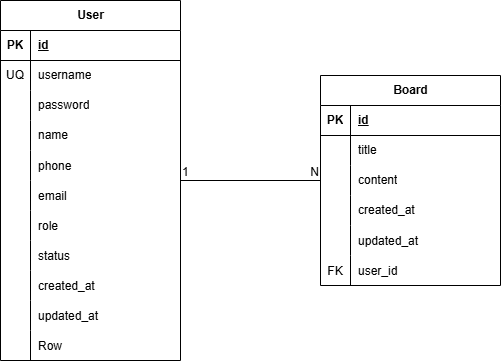
haechan419/Java_Mini_Project keeps this draw.io diagram as image/javaMiniProjectDB.drawio.png. Above is the earlier version. Source tidied: cells renumbered, new cells last; positions are measured from the earlier drawing's top-left corner, leaving out a move shared by most shapes.
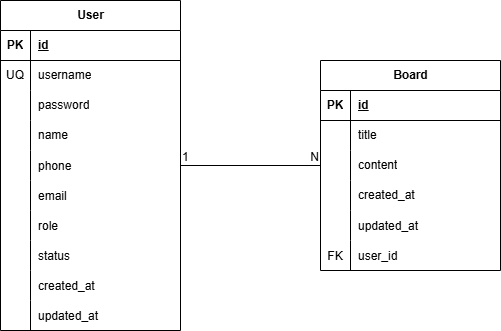
After the commit.

The edit, as a diff of the source:
```diff
@@ -3,162 +3,153 @@
     <mxCell id="0" />
     <mxCell id="1" parent="0" />
     <mxCell id="2" value="User" style="shape=table;startSize=30;rowLines=0;fontStyle=1;align=center;html=1;" parent="1" vertex="1">
-      <mxGeometry width="180" height="360" as="geometry" />
+      <mxGeometry x="-30" y="-115" width="180" height="330" as="geometry" />
     </mxCell>
-    <mxCell id="3" style="shape=tableRow;horizontal=0;startSize=0;swimlaneHead=0;swimlaneBody=0;fillColor=none;top=0;left=0;right=0;bottom=1;" parent="2" vertex="1">
-      <mxGeometry y="30" width="180" height="30" as="geometry" />
-    </mxCell>
-    <mxCell id="4" value="PK" style="shape=partialRectangle;fillColor=none;top=0;left=0;bottom=0;right=0;fontStyle=1;overflow=hidden;whiteSpace=wrap;html=1;" parent="3" vertex="1">
-      <mxGeometry width="30" height="30" as="geometry" />
-    </mxCell>
-    <mxCell id="5" value="id" style="shape=partialRectangle;fillColor=none;top=0;left=0;bottom=0;right=0;align=left;spacingLeft=6;fontStyle=5;overflow=hidden;whiteSpace=wrap;html=1;" parent="3" vertex="1">
-      <mxGeometry x="30" width="150" height="30" as="geometry" />
-    </mxCell>
-    <mxCell id="6" style="shape=tableRow;horizontal=0;startSize=0;swimlaneHead=0;swimlaneBody=0;fillColor=none;top=0;left=0;right=0;bottom=0;" parent="2" vertex="1">
-      <mxGeometry y="60" width="180" height="30" as="geometry" />
-    </mxCell>
+    <mxCell id="58" style="shape=tableRow;horizontal=0;startSize=0;swimlaneHead=0;swimlaneBody=0;fillColor=none;top=0;left=0;right=0;bottom=1;" parent="2" vertex="1">
+      <mxGeometry y="30" width="180" height="30" as="geometry" />
+    </mxCell>
+    <mxCell id="59" value="PK" style="shape=partialRectangle;fillColor=none;top=0;left=0;bottom=0;right=0;fontStyle=1;overflow=hidden;whiteSpace=wrap;html=1;" parent="58" vertex="1">
+      <mxGeometry width="30" height="30" as="geometry" />
+    </mxCell>
+    <mxCell id="60" value="id" style="shape=partialRectangle;fillColor=none;top=0;left=0;bottom=0;right=0;align=left;spacingLeft=6;fontStyle=5;overflow=hidden;whiteSpace=wrap;html=1;" parent="58" vertex="1">
+      <mxGeometry x="30" width="150" height="30" as="geometry" />
+    </mxCell>
+    <mxCell id="61" style="shape=tableRow;horizontal=0;startSize=0;swimlaneHead=0;swimlaneBody=0;fillColor=none;top=0;left=0;right=0;bottom=0;" parent="2" vertex="1">
+      <mxGeometry y="60" width="180" height="30" as="geometry" />
+    </mxCell>
-    <mxCell id="7" value="UQ" style="shape=partialRectangle;fillColor=none;top=0;left=0;bottom=0;right=0;overflow=hidden;whiteSpace=wrap;html=1;" parent="6" vertex="1">
+    <mxCell id="7" value="UQ" style="shape=partialRectangle;fillColor=none;top=0;left=0;bottom=0;right=0;overflow=hidden;whiteSpace=wrap;html=1;" parent="61" vertex="1">
       <mxGeometry width="30" height="30" as="geometry" />
     </mxCell>
-    <mxCell id="8" value="username" style="shape=partialRectangle;fillColor=none;top=0;left=0;bottom=0;right=0;align=left;spacingLeft=6;overflow=hidden;whiteSpace=wrap;html=1;" parent="6" vertex="1">
+    <mxCell id="8" value="username" style="shape=partialRectangle;fillColor=none;top=0;left=0;bottom=0;right=0;align=left;spacingLeft=6;overflow=hidden;whiteSpace=wrap;html=1;" parent="61" vertex="1">
       <mxGeometry x="30" width="150" height="30" as="geometry" />
     </mxCell>
-    <mxCell id="9" style="shape=tableRow;horizontal=0;startSize=0;swimlaneHead=0;swimlaneBody=0;fillColor=none;top=0;left=0;right=0;bottom=0;" parent="2" vertex="1">
-      <mxGeometry y="90" width="180" height="30" as="geometry" />
-    </mxCell>
-    <mxCell id="10" style="shape=partialRectangle;fillColor=none;top=0;left=0;bottom=0;right=0;overflow=hidden;whiteSpace=wrap;html=1;" parent="9" vertex="1">
-      <mxGeometry width="30" height="30" as="geometry" />
-    </mxCell>
+    <mxCell id="62" style="shape=tableRow;horizontal=0;startSize=0;swimlaneHead=0;swimlaneBody=0;fillColor=none;top=0;left=0;right=0;bottom=0;" parent="2" vertex="1">
+      <mxGeometry y="90" width="180" height="30" as="geometry" />
+    </mxCell>
+    <mxCell id="63" style="shape=partialRectangle;fillColor=none;top=0;left=0;bottom=0;right=0;overflow=hidden;whiteSpace=wrap;html=1;" parent="62" vertex="1">
+      <mxGeometry width="30" height="30" as="geometry" />
+    </mxCell>
-    <mxCell id="11" value="password" style="shape=partialRectangle;fillColor=none;top=0;left=0;bottom=0;right=0;align=left;spacingLeft=6;overflow=hidden;whiteSpace=wrap;html=1;" parent="9" vertex="1">
+    <mxCell id="11" value="password" style="shape=partialRectangle;fillColor=none;top=0;left=0;bottom=0;right=0;align=left;spacingLeft=6;overflow=hidden;whiteSpace=wrap;html=1;" parent="62" vertex="1">
       <mxGeometry x="30" width="150" height="30" as="geometry" />
     </mxCell>
-    <mxCell id="12" style="shape=tableRow;horizontal=0;startSize=0;swimlaneHead=0;swimlaneBody=0;fillColor=none;top=0;left=0;right=0;bottom=0;" parent="2" vertex="1">
-      <mxGeometry y="120" width="180" height="30" as="geometry" />
-    </mxCell>
-    <mxCell id="13" style="shape=partialRectangle;fillColor=none;top=0;left=0;bottom=0;right=0;overflow=hidden;whiteSpace=wrap;html=1;" parent="12" vertex="1">
-      <mxGeometry width="30" height="30" as="geometry" />
-    </mxCell>
+    <mxCell id="64" style="shape=tableRow;horizontal=0;startSize=0;swimlaneHead=0;swimlaneBody=0;fillColor=none;top=0;left=0;right=0;bottom=0;" parent="2" vertex="1">
+      <mxGeometry y="120" width="180" height="30" as="geometry" />
+    </mxCell>
+    <mxCell id="65" style="shape=partialRectangle;fillColor=none;top=0;left=0;bottom=0;right=0;overflow=hidden;whiteSpace=wrap;html=1;" parent="64" vertex="1">
+      <mxGeometry width="30" height="30" as="geometry" />
+    </mxCell>
-    <mxCell id="14" value="name" style="shape=partialRectangle;fillColor=none;top=0;left=0;bottom=0;right=0;align=left;spacingLeft=6;overflow=hidden;whiteSpace=wrap;html=1;" parent="12" vertex="1">
+    <mxCell id="14" value="name" style="shape=partialRectangle;fillColor=none;top=0;left=0;bottom=0;right=0;align=left;spacingLeft=6;overflow=hidden;whiteSpace=wrap;html=1;" parent="64" vertex="1">
       <mxGeometry x="30" width="150" height="30" as="geometry" />
     </mxCell>
-    <mxCell id="15" style="shape=tableRow;horizontal=0;startSize=0;swimlaneHead=0;swimlaneBody=0;fillColor=none;top=0;left=0;right=0;bottom=0;" parent="2" vertex="1">
-      <mxGeometry y="150" width="180" height="30" as="geometry" />
-    </mxCell>
-    <mxCell id="16" style="shape=partialRectangle;fillColor=none;top=0;left=0;bottom=0;right=0;overflow=hidden;" parent="15" vertex="1">
-      <mxGeometry width="30" height="30" as="geometry" />
-    </mxCell>
+    <mxCell id="66" style="shape=tableRow;horizontal=0;startSize=0;swimlaneHead=0;swimlaneBody=0;fillColor=none;top=0;left=0;right=0;bottom=0;" parent="2" vertex="1">
+      <mxGeometry y="150" width="180" height="30" as="geometry" />
+    </mxCell>
+    <mxCell id="67" style="shape=partialRectangle;fillColor=none;top=0;left=0;bottom=0;right=0;overflow=hidden;" parent="66" vertex="1">
+      <mxGeometry width="30" height="30" as="geometry" />
+    </mxCell>
-    <mxCell id="17" value="phone" style="shape=partialRectangle;fillColor=none;top=0;left=0;bottom=0;right=0;align=left;spacingLeft=6;overflow=hidden;" parent="15" vertex="1">
+    <mxCell id="17" value="phone" style="shape=partialRectangle;fillColor=none;top=0;left=0;bottom=0;right=0;align=left;spacingLeft=6;overflow=hidden;" parent="66" vertex="1">
       <mxGeometry x="30" width="150" height="30" as="geometry" />
     </mxCell>
-    <mxCell id="18" style="shape=tableRow;horizontal=0;startSize=0;swimlaneHead=0;swimlaneBody=0;fillColor=none;top=0;left=0;right=0;bottom=0;" parent="2" vertex="1">
-      <mxGeometry y="180" width="180" height="30" as="geometry" />
-    </mxCell>
-    <mxCell id="19" style="shape=partialRectangle;fillColor=none;top=0;left=0;bottom=0;right=0;overflow=hidden;" parent="18" vertex="1">
-      <mxGeometry width="30" height="30" as="geometry" />
-    </mxCell>
+    <mxCell id="68" style="shape=tableRow;horizontal=0;startSize=0;swimlaneHead=0;swimlaneBody=0;fillColor=none;top=0;left=0;right=0;bottom=0;" parent="2" vertex="1">
+      <mxGeometry y="180" width="180" height="30" as="geometry" />
+    </mxCell>
+    <mxCell id="69" style="shape=partialRectangle;fillColor=none;top=0;left=0;bottom=0;right=0;overflow=hidden;" parent="68" vertex="1">
+      <mxGeometry width="30" height="30" as="geometry" />
+    </mxCell>
-    <mxCell id="20" value="email" style="shape=partialRectangle;fillColor=none;top=0;left=0;bottom=0;right=0;align=left;spacingLeft=6;overflow=hidden;" parent="18" vertex="1">
+    <mxCell id="20" value="email" style="shape=partialRectangle;fillColor=none;top=0;left=0;bottom=0;right=0;align=left;spacingLeft=6;overflow=hidden;" parent="68" vertex="1">
       <mxGeometry x="30" width="150" height="30" as="geometry" />
     </mxCell>
     <mxCell id="21" style="shape=tableRow;horizontal=0;startSize=0;swimlaneHead=0;swimlaneBody=0;fillColor=none;top=0;left=0;right=0;bottom=0;" parent="2" vertex="1">
       <mxGeometry y="210" width="180" height="30" as="geometry" />
     </mxCell>
-    <mxCell id="22" style="shape=partialRectangle;fillColor=none;top=0;left=0;bottom=0;right=0;overflow=hidden;" parent="21" vertex="1">
-      <mxGeometry width="30" height="30" as="geometry" />
-    </mxCell>
+    <mxCell id="70" style="shape=partialRectangle;fillColor=none;top=0;left=0;bottom=0;right=0;overflow=hidden;" parent="21" vertex="1">
+      <mxGeometry width="30" height="30" as="geometry" />
+    </mxCell>
     <mxCell id="23" value="role" style="shape=partialRectangle;fillColor=none;top=0;left=0;bottom=0;right=0;align=left;spacingLeft=6;overflow=hidden;" parent="21" vertex="1">
       <mxGeometry x="30" width="150" height="30" as="geometry" />
     </mxCell>
     <mxCell id="24" style="shape=tableRow;horizontal=0;startSize=0;swimlaneHead=0;swimlaneBody=0;fillColor=none;top=0;left=0;right=0;bottom=0;" parent="2" vertex="1">
       <mxGeometry y="240" width="180" height="30" as="geometry" />
     </mxCell>
-    <mxCell id="25" style="shape=partialRectangle;fillColor=none;top=0;left=0;bottom=0;right=0;overflow=hidden;" parent="24" vertex="1">
-      <mxGeometry width="30" height="30" as="geometry" />
-    </mxCell>
+    <mxCell id="71" style="shape=partialRectangle;fillColor=none;top=0;left=0;bottom=0;right=0;overflow=hidden;" parent="24" vertex="1">
+      <mxGeometry width="30" height="30" as="geometry" />
+    </mxCell>
     <mxCell id="26" value="status" style="shape=partialRectangle;fillColor=none;top=0;left=0;bottom=0;right=0;align=left;spacingLeft=6;overflow=hidden;" parent="24" vertex="1">
       <mxGeometry x="30" width="150" height="30" as="geometry" />
     </mxCell>
     <mxCell id="27" style="shape=tableRow;horizontal=0;startSize=0;swimlaneHead=0;swimlaneBody=0;fillColor=none;top=0;left=0;right=0;bottom=0;" parent="2" vertex="1">
       <mxGeometry y="270" width="180" height="30" as="geometry" />
     </mxCell>
-    <mxCell id="28" style="shape=partialRectangle;fillColor=none;top=0;left=0;bottom=0;right=0;overflow=hidden;" parent="27" vertex="1">
-      <mxGeometry width="30" height="30" as="geometry" />
-    </mxCell>
+    <mxCell id="72" style="shape=partialRectangle;fillColor=none;top=0;left=0;bottom=0;right=0;overflow=hidden;" parent="27" vertex="1">
+      <mxGeometry width="30" height="30" as="geometry" />
+    </mxCell>
     <mxCell id="29" value="created_at" style="shape=partialRectangle;fillColor=none;top=0;left=0;bottom=0;right=0;align=left;spacingLeft=6;overflow=hidden;" parent="27" vertex="1">
       <mxGeometry x="30" width="150" height="30" as="geometry" />
     </mxCell>
     <mxCell id="30" style="shape=tableRow;horizontal=0;startSize=0;swimlaneHead=0;swimlaneBody=0;fillColor=none;top=0;left=0;right=0;bottom=0;" parent="2" vertex="1">
       <mxGeometry y="300" width="180" height="30" as="geometry" />
     </mxCell>
-    <mxCell id="31" style="shape=partialRectangle;fillColor=none;top=0;left=0;bottom=0;right=0;overflow=hidden;" parent="30" vertex="1">
-      <mxGeometry width="30" height="30" as="geometry" />
-    </mxCell>
-    <mxCell id="32" value="updated_at" style="shape=partialRectangle;fillColor=none;top=0;left=0;bottom=0;right=0;align=left;spacingLeft=6;overflow=hidden;" parent="30" vertex="1">
-      <mxGeometry x="30" width="150" height="30" as="geometry" />
-    </mxCell>
-    <mxCell id="33" style="shape=tableRow;horizontal=0;startSize=0;swimlaneHead=0;swimlaneBody=0;fillColor=none;top=0;left=0;right=0;bottom=0;" parent="2" vertex="1">
-      <mxGeometry y="330" width="180" height="30" as="geometry" />
-    </mxCell>
-    <mxCell id="34" style="shape=partialRectangle;fillColor=none;top=0;left=0;bottom=0;right=0;overflow=hidden;" parent="33" vertex="1">
-      <mxGeometry width="30" height="30" as="geometry" />
-    </mxCell>
-    <mxCell id="35" value="Row" style="shape=partialRectangle;fillColor=none;top=0;left=0;bottom=0;right=0;align=left;spacingLeft=6;overflow=hidden;" parent="33" vertex="1">
-      <mxGeometry x="30" width="150" height="30" as="geometry" />
-    </mxCell>
+    <mxCell id="73" style="shape=partialRectangle;fillColor=none;top=0;left=0;bottom=0;right=0;overflow=hidden;" parent="30" vertex="1">
+      <mxGeometry width="30" height="30" as="geometry" />
+    </mxCell>
+    <mxCell id="74" value="updated_at" style="shape=partialRectangle;fillColor=none;top=0;left=0;bottom=0;right=0;align=left;spacingLeft=6;overflow=hidden;" parent="30" vertex="1">
+      <mxGeometry x="30" width="150" height="30" as="geometry" />
+    </mxCell>
     <mxCell id="36" value="Board" style="shape=table;startSize=30;rowLines=0;fontStyle=1;align=center;html=1;" parent="1" vertex="1">
-      <mxGeometry x="320" y="75" width="180" height="210" as="geometry" />
+      <mxGeometry x="290" y="-55" width="180" height="210" as="geometry" />
     </mxCell>
-    <mxCell id="37" style="shape=tableRow;horizontal=0;startSize=0;swimlaneHead=0;swimlaneBody=0;fillColor=none;top=0;left=0;right=0;bottom=1;" parent="36" vertex="1">
-      <mxGeometry y="30" width="180" height="30" as="geometry" />
-    </mxCell>
-    <mxCell id="38" value="PK" style="shape=partialRectangle;fillColor=none;top=0;left=0;bottom=0;right=0;fontStyle=1;overflow=hidden;whiteSpace=wrap;html=1;" parent="37" vertex="1">
-      <mxGeometry width="30" height="30" as="geometry" />
-    </mxCell>
-    <mxCell id="39" value="id" style="shape=partialRectangle;fillColor=none;top=0;left=0;bottom=0;right=0;align=left;spacingLeft=6;fontStyle=5;overflow=hidden;whiteSpace=wrap;html=1;" parent="37" vertex="1">
-      <mxGeometry x="30" width="150" height="30" as="geometry" />
-    </mxCell>
-    <mxCell id="40" style="shape=tableRow;horizontal=0;startSize=0;swimlaneHead=0;swimlaneBody=0;fillColor=none;top=0;left=0;right=0;bottom=0;" parent="36" vertex="1">
-      <mxGeometry y="60" width="180" height="30" as="geometry" />
-    </mxCell>
-    <mxCell id="41" style="shape=partialRectangle;fillColor=none;top=0;left=0;bottom=0;right=0;overflow=hidden;whiteSpace=wrap;html=1;" parent="40" vertex="1">
-      <mxGeometry width="30" height="30" as="geometry" />
-    </mxCell>
+    <mxCell id="75" style="shape=tableRow;horizontal=0;startSize=0;swimlaneHead=0;swimlaneBody=0;fillColor=none;top=0;left=0;right=0;bottom=1;" parent="36" vertex="1">
+      <mxGeometry y="30" width="180" height="30" as="geometry" />
+    </mxCell>
+    <mxCell id="76" value="PK" style="shape=partialRectangle;fillColor=none;top=0;left=0;bottom=0;right=0;fontStyle=1;overflow=hidden;whiteSpace=wrap;html=1;" parent="75" vertex="1">
+      <mxGeometry width="30" height="30" as="geometry" />
+    </mxCell>
+    <mxCell id="77" value="id" style="shape=partialRectangle;fillColor=none;top=0;left=0;bottom=0;right=0;align=left;spacingLeft=6;fontStyle=5;overflow=hidden;whiteSpace=wrap;html=1;" parent="75" vertex="1">
+      <mxGeometry x="30" width="150" height="30" as="geometry" />
+    </mxCell>
+    <mxCell id="78" style="shape=tableRow;horizontal=0;startSize=0;swimlaneHead=0;swimlaneBody=0;fillColor=none;top=0;left=0;right=0;bottom=0;" parent="36" vertex="1">
+      <mxGeometry y="60" width="180" height="30" as="geometry" />
+    </mxCell>
+    <mxCell id="79" style="shape=partialRectangle;fillColor=none;top=0;left=0;bottom=0;right=0;overflow=hidden;whiteSpace=wrap;html=1;" parent="78" vertex="1">
+      <mxGeometry width="30" height="30" as="geometry" />
+    </mxCell>
-    <mxCell id="42" value="title" style="shape=partialRectangle;fillColor=none;top=0;left=0;bottom=0;right=0;align=left;spacingLeft=6;overflow=hidden;whiteSpace=wrap;html=1;" parent="40" vertex="1">
+    <mxCell id="42" value="title" style="shape=partialRectangle;fillColor=none;top=0;left=0;bottom=0;right=0;align=left;spacingLeft=6;overflow=hidden;whiteSpace=wrap;html=1;" parent="78" vertex="1">
       <mxGeometry x="30" width="150" height="30" as="geometry" />
     </mxCell>
-    <mxCell id="43" style="shape=tableRow;horizontal=0;startSize=0;swimlaneHead=0;swimlaneBody=0;fillColor=none;top=0;left=0;right=0;bottom=0;" parent="36" vertex="1">
-      <mxGeometry y="90" width="180" height="30" as="geometry" />
-    </mxCell>
-    <mxCell id="44" style="shape=partialRectangle;fillColor=none;top=0;left=0;bottom=0;right=0;overflow=hidden;whiteSpace=wrap;html=1;" parent="43" vertex="1">
-      <mxGeometry width="30" height="30" as="geometry" />
-    </mxCell>
+    <mxCell id="80" style="shape=tableRow;horizontal=0;startSize=0;swimlaneHead=0;swimlaneBody=0;fillColor=none;top=0;left=0;right=0;bottom=0;" parent="36" vertex="1">
+      <mxGeometry y="90" width="180" height="30" as="geometry" />
+    </mxCell>
+    <mxCell id="81" style="shape=partialRectangle;fillColor=none;top=0;left=0;bottom=0;right=0;overflow=hidden;whiteSpace=wrap;html=1;" parent="80" vertex="1">
+      <mxGeometry width="30" height="30" as="geometry" />
+    </mxCell>
-    <mxCell id="45" value="content" style="shape=partialRectangle;fillColor=none;top=0;left=0;bottom=0;right=0;align=left;spacingLeft=6;overflow=hidden;whiteSpace=wrap;html=1;" parent="43" vertex="1">
+    <mxCell id="45" value="content" style="shape=partialRectangle;fillColor=none;top=0;left=0;bottom=0;right=0;align=left;spacingLeft=6;overflow=hidden;whiteSpace=wrap;html=1;" parent="80" vertex="1">
       <mxGeometry x="30" width="150" height="30" as="geometry" />
     </mxCell>
-    <mxCell id="46" style="shape=tableRow;horizontal=0;startSize=0;swimlaneHead=0;swimlaneBody=0;fillColor=none;top=0;left=0;right=0;bottom=0;" parent="36" vertex="1">
-      <mxGeometry y="120" width="180" height="30" as="geometry" />
-    </mxCell>
-    <mxCell id="47" style="shape=partialRectangle;fillColor=none;top=0;left=0;bottom=0;right=0;overflow=hidden;whiteSpace=wrap;html=1;" parent="46" vertex="1">
-      <mxGeometry width="30" height="30" as="geometry" />
-    </mxCell>
+    <mxCell id="82" style="shape=tableRow;horizontal=0;startSize=0;swimlaneHead=0;swimlaneBody=0;fillColor=none;top=0;left=0;right=0;bottom=0;" parent="36" vertex="1">
+      <mxGeometry y="120" width="180" height="30" as="geometry" />
+    </mxCell>
+    <mxCell id="83" style="shape=partialRectangle;fillColor=none;top=0;left=0;bottom=0;right=0;overflow=hidden;whiteSpace=wrap;html=1;" parent="82" vertex="1">
+      <mxGeometry width="30" height="30" as="geometry" />
+    </mxCell>
-    <mxCell id="48" value="created_at" style="shape=partialRectangle;fillColor=none;top=0;left=0;bottom=0;right=0;align=left;spacingLeft=6;overflow=hidden;whiteSpace=wrap;html=1;" parent="46" vertex="1">
+    <mxCell id="48" value="created_at" style="shape=partialRectangle;fillColor=none;top=0;left=0;bottom=0;right=0;align=left;spacingLeft=6;overflow=hidden;whiteSpace=wrap;html=1;" parent="82" vertex="1">
       <mxGeometry x="30" width="150" height="30" as="geometry" />
     </mxCell>
-    <mxCell id="49" style="shape=tableRow;horizontal=0;startSize=0;swimlaneHead=0;swimlaneBody=0;fillColor=none;top=0;left=0;right=0;bottom=0;" parent="36" vertex="1">
-      <mxGeometry y="150" width="180" height="30" as="geometry" />
-    </mxCell>
-    <mxCell id="50" style="shape=partialRectangle;fillColor=none;top=0;left=0;bottom=0;right=0;overflow=hidden;" parent="49" vertex="1">
-      <mxGeometry width="30" height="30" as="geometry" />
-    </mxCell>
-    <mxCell id="51" value="updated_at" style="shape=partialRectangle;fillColor=none;top=0;left=0;bottom=0;right=0;align=left;spacingLeft=6;overflow=hidden;" parent="49" vertex="1">
-      <mxGeometry x="30" width="150" height="30" as="geometry" />
-    </mxCell>
-    <mxCell id="52" style="shape=tableRow;horizontal=0;startSize=0;swimlaneHead=0;swimlaneBody=0;fillColor=none;top=0;left=0;right=0;bottom=0;" parent="36" vertex="1">
-      <mxGeometry y="180" width="180" height="30" as="geometry" />
-    </mxCell>
+    <mxCell id="84" style="shape=tableRow;horizontal=0;startSize=0;swimlaneHead=0;swimlaneBody=0;fillColor=none;top=0;left=0;right=0;bottom=0;" parent="36" vertex="1">
+      <mxGeometry y="150" width="180" height="30" as="geometry" />
+    </mxCell>
+    <mxCell id="85" style="shape=partialRectangle;fillColor=none;top=0;left=0;bottom=0;right=0;overflow=hidden;" parent="84" vertex="1">
+      <mxGeometry width="30" height="30" as="geometry" />
+    </mxCell>
+    <mxCell id="86" value="updated_at" style="shape=partialRectangle;fillColor=none;top=0;left=0;bottom=0;right=0;align=left;spacingLeft=6;overflow=hidden;" parent="84" vertex="1">
+      <mxGeometry x="30" width="150" height="30" as="geometry" />
+    </mxCell>
+    <mxCell id="87" style="shape=tableRow;horizontal=0;startSize=0;swimlaneHead=0;swimlaneBody=0;fillColor=none;top=0;left=0;right=0;bottom=0;" parent="36" vertex="1">
+      <mxGeometry y="180" width="180" height="30" as="geometry" />
+    </mxCell>
-    <mxCell id="53" value="FK" style="shape=partialRectangle;fillColor=none;top=0;left=0;bottom=0;right=0;overflow=hidden;" parent="52" vertex="1">
+    <mxCell id="53" value="FK" style="shape=partialRectangle;fillColor=none;top=0;left=0;bottom=0;right=0;overflow=hidden;" parent="87" vertex="1">
       <mxGeometry width="30" height="30" as="geometry" />
     </mxCell>
-    <mxCell id="54" value="user_id" style="shape=partialRectangle;fillColor=none;top=0;left=0;bottom=0;right=0;align=left;spacingLeft=6;overflow=hidden;" parent="52" vertex="1">
+    <mxCell id="54" value="user_id" style="shape=partialRectangle;fillColor=none;top=0;left=0;bottom=0;right=0;align=left;spacingLeft=6;overflow=hidden;" parent="87" vertex="1">
       <mxGeometry x="30" width="150" height="30" as="geometry" />
     </mxCell>
     <mxCell id="55" style="endArrow=none;html=1;rounded=0;" parent="1" edge="1" source="2" target="36">
```
